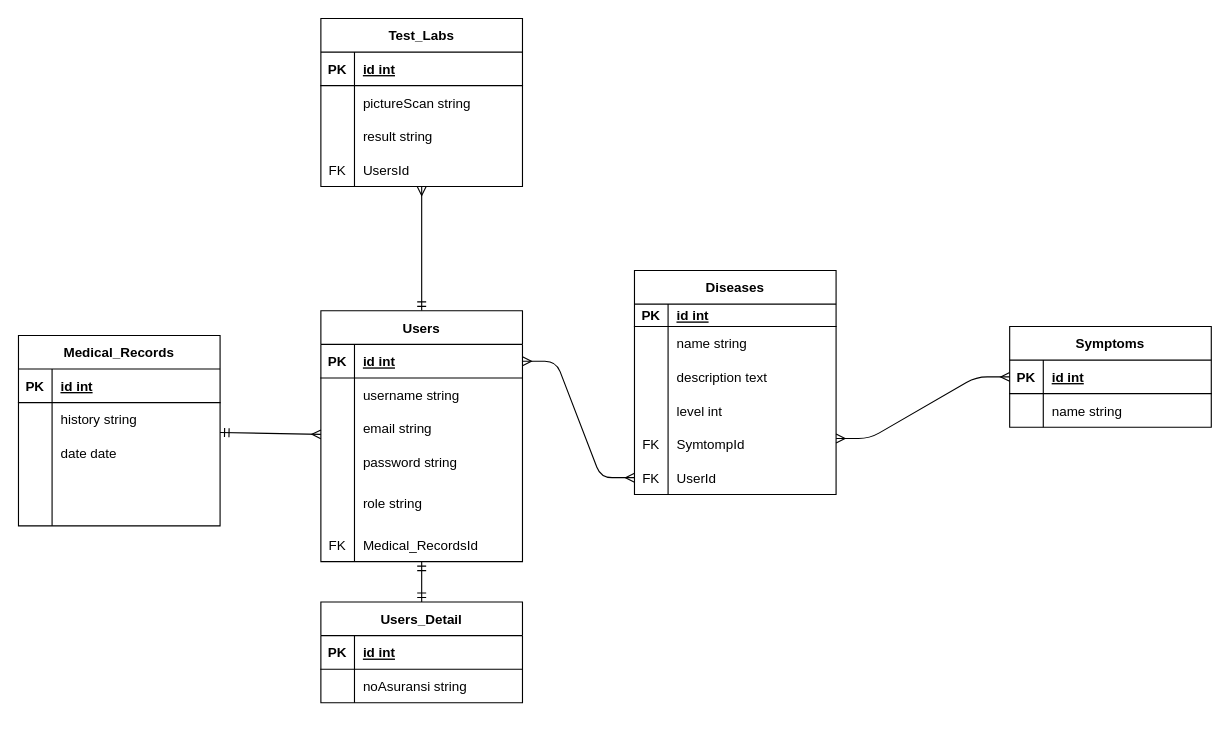
Above: ERD.drawio in yehezkielt/phase1project (draw.io), before the change. Source tidied: cells renumbered, new cells numbered last; positions are measured from the earlier drawing's top-left corner, leaving out a move shared by most shapes. Both pictures are drawn from the tidied source at 112%, with x=0, y=0 at pixel (18, 18).
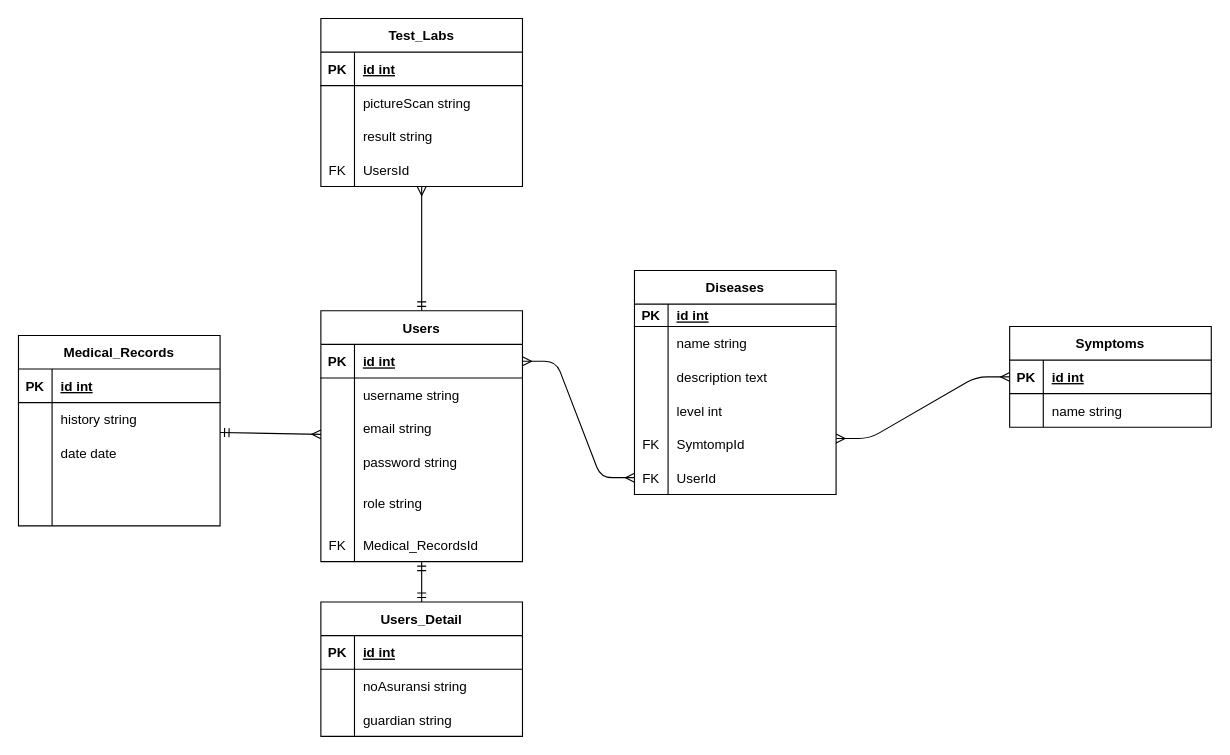
The same page after the edit.

The edit, as a diff of the source:
```diff
@@
     <mxCell id="79" value="Users_Detail" style="shape=table;startSize=30;childLayout=tableLayout;rowLines=0;fontStyle=1;align=center;" parent="1" vertex="1">
-      <mxGeometry x="270" y="521" width="180" height="90" as="geometry" />
+      <mxGeometry x="270" y="521" width="180" height="120" as="geometry" />
     </mxCell>
@@
+    <mxCell id="88" style="shape=tableRow;horizontal=0;startSize=0;swimlaneHead=0;swimlaneBody=0;fillColor=none;top=0;left=0;right=0;bottom=0;" parent="79" vertex="1">
+      <mxGeometry y="90" width="180" height="30" as="geometry" />
+    </mxCell>
+    <mxCell id="89" style="shape=partialRectangle;fillColor=none;top=0;left=0;bottom=0;right=0;overflow=hidden;" parent="88" vertex="1">
+      <mxGeometry width="30" height="30" as="geometry" />
+    </mxCell>
+    <mxCell id="90" value="guardian string" style="shape=partialRectangle;fillColor=none;top=0;left=0;bottom=0;right=0;align=left;spacingLeft=6;overflow=hidden;" parent="88" vertex="1">
+      <mxGeometry x="30" width="150" height="30" as="geometry" />
+    </mxCell>
```
